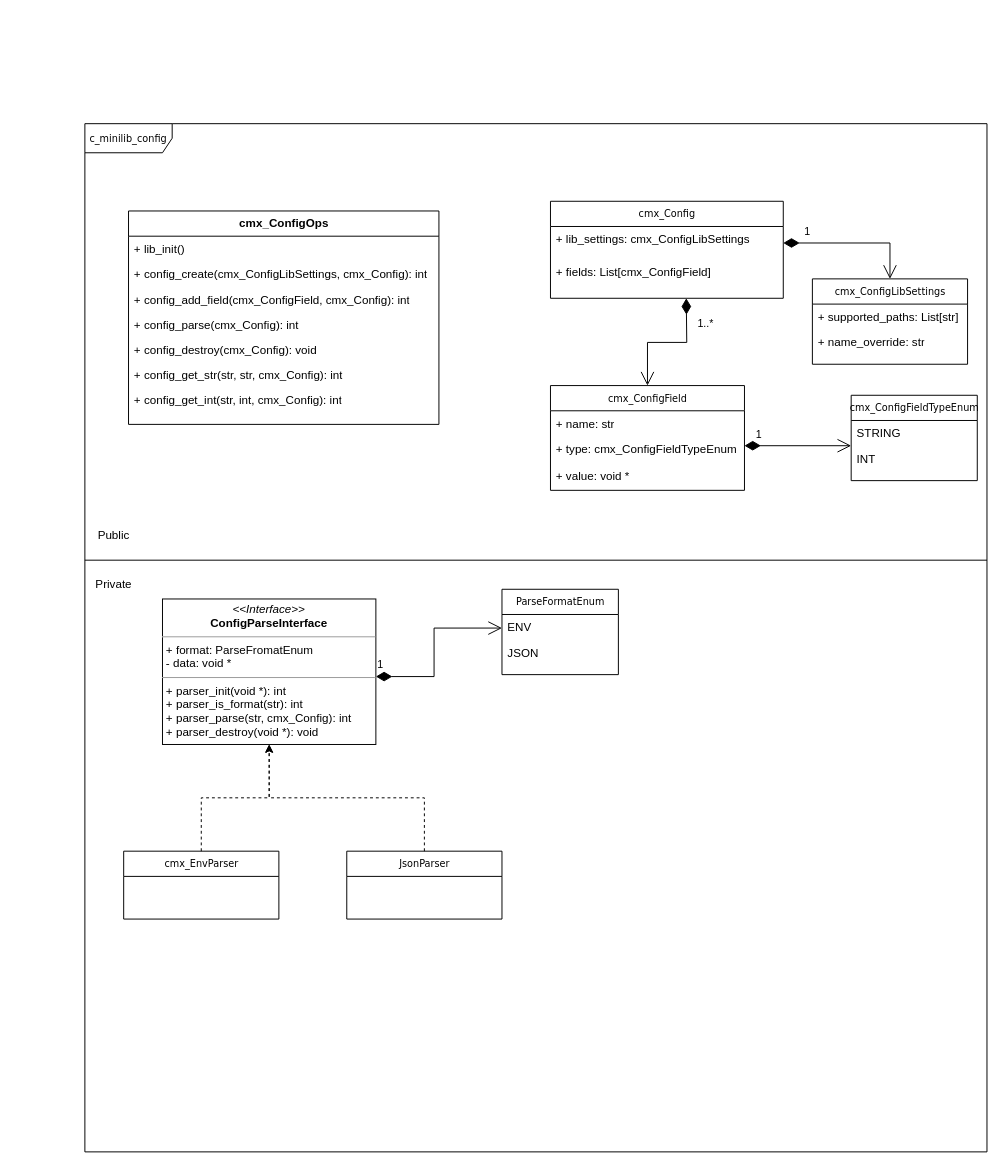
This is page "Page-1" (1 of 2) of docs/architecture.drawio from KubaTaba1uga/c_minilib_config, a draw.io file, before an edit. Source tidied: cells renumbered, new cells numbered last; positions are measured from the earlier drawing's top-left corner, leaving out a move shared by most shapes. Both pictures are drawn from the tidied source at 97%, with x=0, y=0 at pixel (84, 123).
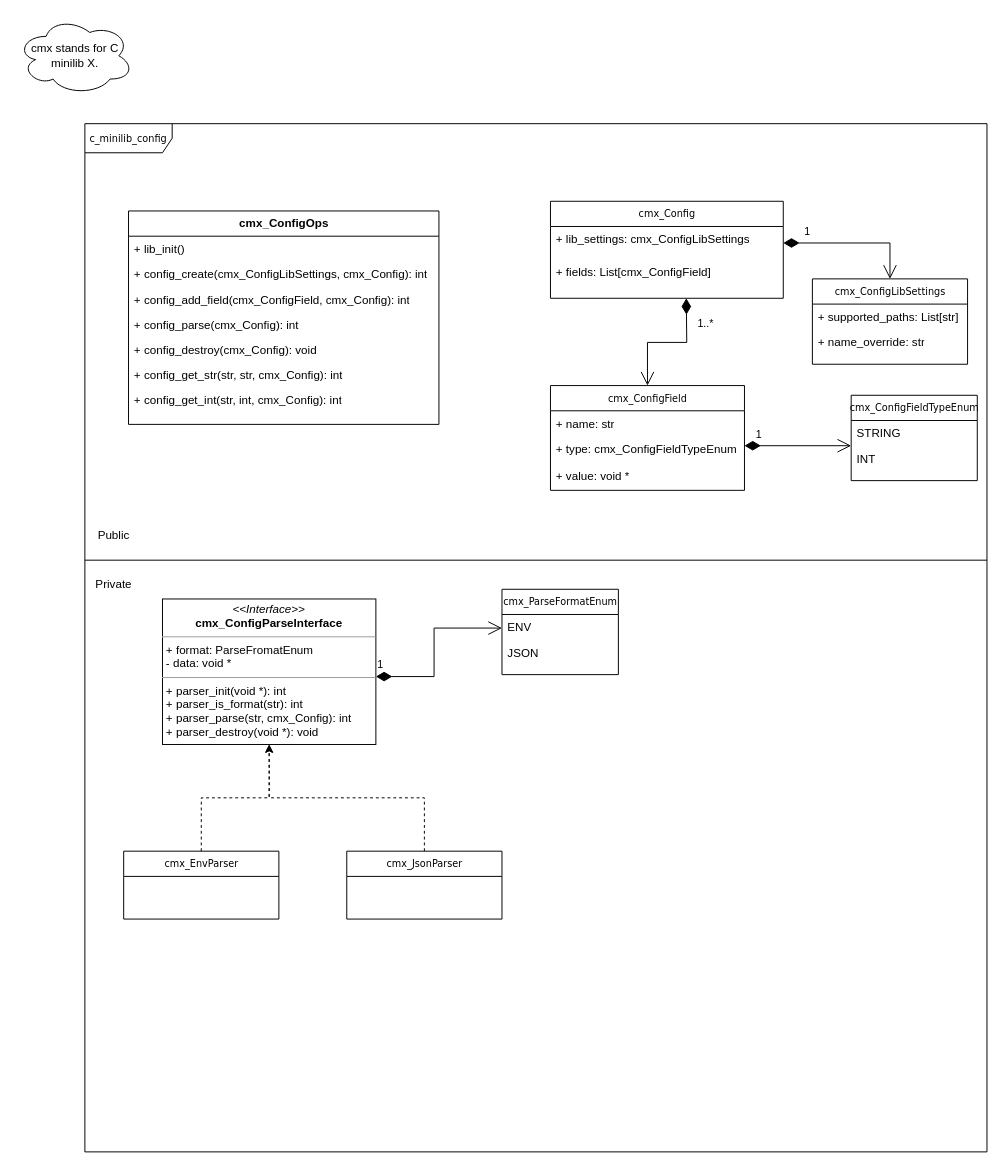
After the change.

The edit, as a diff of the source:
```diff
@@
-    <mxCell id="30" value="ParseFormatEnum" style="swimlane;html=1;fontStyle=0;horizontal=1;startSize=26;fillColor=none;swimlaneFillColor=#ffffff;rounded=0;shadow=0;comic=0;labelBackgroundColor=none;strokeWidth=1;fontFamily=Verdana;fontSize=10;align=center;" parent="1" vertex="1">
+    <mxCell id="30" value="cmx_ParseFormatEnum" style="swimlane;html=1;fontStyle=0;horizontal=1;startSize=26;fillColor=none;swimlaneFillColor=#ffffff;rounded=0;shadow=0;comic=0;labelBackgroundColor=none;strokeWidth=1;fontFamily=Verdana;fontSize=10;align=center;" parent="1" vertex="1">
       <mxGeometry x="430" y="480" width="120" height="88" as="geometry" />
     </mxCell>
@@
-    <mxCell id="33" value="&lt;p style=&quot;margin:0px;margin-top:4px;text-align:center;&quot;&gt;&lt;i&gt;&amp;lt;&amp;lt;Interface&amp;gt;&amp;gt;&lt;/i&gt;&lt;br&gt;&lt;b&gt;ConfigParseInterface&lt;/b&gt;&lt;/p&gt;&lt;hr size=&quot;1&quot;&gt;&lt;p style=&quot;margin:0px;margin-left:4px;&quot;&gt;+ format: ParseFromatEnum&lt;br&gt;&lt;/p&gt;&lt;p style=&quot;margin:0px;margin-left:4px;&quot;&gt;- data: void *&lt;/p&gt;&lt;hr size=&quot;1&quot;&gt;&lt;p style=&quot;margin:0px;margin-left:4px;&quot;&gt;+ parser_init(void *): int&lt;br&gt;+ parser_is_format(str): int&lt;/p&gt;&lt;p style=&quot;margin:0px;margin-left:4px;&quot;&gt;+ parser_parse(str, cmx_Config): int&lt;br&gt;+ parser_destroy(void *): void&lt;/p&gt;" style="verticalAlign=top;align=left;overflow=fill;fontSize=12;fontFamily=Helvetica;html=1;rounded=0;shadow=0;comic=0;labelBackgroundColor=none;strokeWidth=1;" parent="1" vertex="1">
+    <mxCell id="33" value="&lt;p style=&quot;margin:0px;margin-top:4px;text-align:center;&quot;&gt;&lt;i&gt;&amp;lt;&amp;lt;Interface&amp;gt;&amp;gt;&lt;/i&gt;&lt;br&gt;&lt;b&gt;cmx_ConfigParseInterface&lt;/b&gt;&lt;/p&gt;&lt;hr size=&quot;1&quot;&gt;&lt;p style=&quot;margin:0px;margin-left:4px;&quot;&gt;+ format: ParseFromatEnum&lt;br&gt;&lt;/p&gt;&lt;p style=&quot;margin:0px;margin-left:4px;&quot;&gt;- data: void *&lt;/p&gt;&lt;hr size=&quot;1&quot;&gt;&lt;p style=&quot;margin:0px;margin-left:4px;&quot;&gt;+ parser_init(void *): int&lt;br&gt;+ parser_is_format(str): int&lt;/p&gt;&lt;p style=&quot;margin:0px;margin-left:4px;&quot;&gt;+ parser_parse(str, cmx_Config): int&lt;br&gt;+ parser_destroy(void *): void&lt;/p&gt;" style="verticalAlign=top;align=left;overflow=fill;fontSize=12;fontFamily=Helvetica;html=1;rounded=0;shadow=0;comic=0;labelBackgroundColor=none;strokeWidth=1;" parent="1" vertex="1">
       <mxGeometry x="80" y="490" width="220" height="150" as="geometry" />
     </mxCell>
@@
-    <mxCell id="37" value="JsonParser" style="swimlane;html=1;fontStyle=0;horizontal=1;startSize=26;fillColor=none;swimlaneFillColor=#ffffff;rounded=0;shadow=0;comic=0;labelBackgroundColor=none;strokeWidth=1;fontFamily=Verdana;fontSize=10;align=center;" parent="1" vertex="1">
+    <mxCell id="37" value="cmx_JsonParser" style="swimlane;html=1;fontStyle=0;horizontal=1;startSize=26;fillColor=none;swimlaneFillColor=#ffffff;rounded=0;shadow=0;comic=0;labelBackgroundColor=none;strokeWidth=1;fontFamily=Verdana;fontSize=10;align=center;" parent="1" vertex="1">
       <mxGeometry x="270" y="750" width="160" height="70" as="geometry" />
     </mxCell>
@@
+    <mxCell id="39" value="cmx stands for C minilib X." style="ellipse;shape=cloud;whiteSpace=wrap;html=1;" parent="1" vertex="1">
+      <mxGeometry x="-70" y="-110" width="120" height="80" as="geometry" />
+    </mxCell>
```
